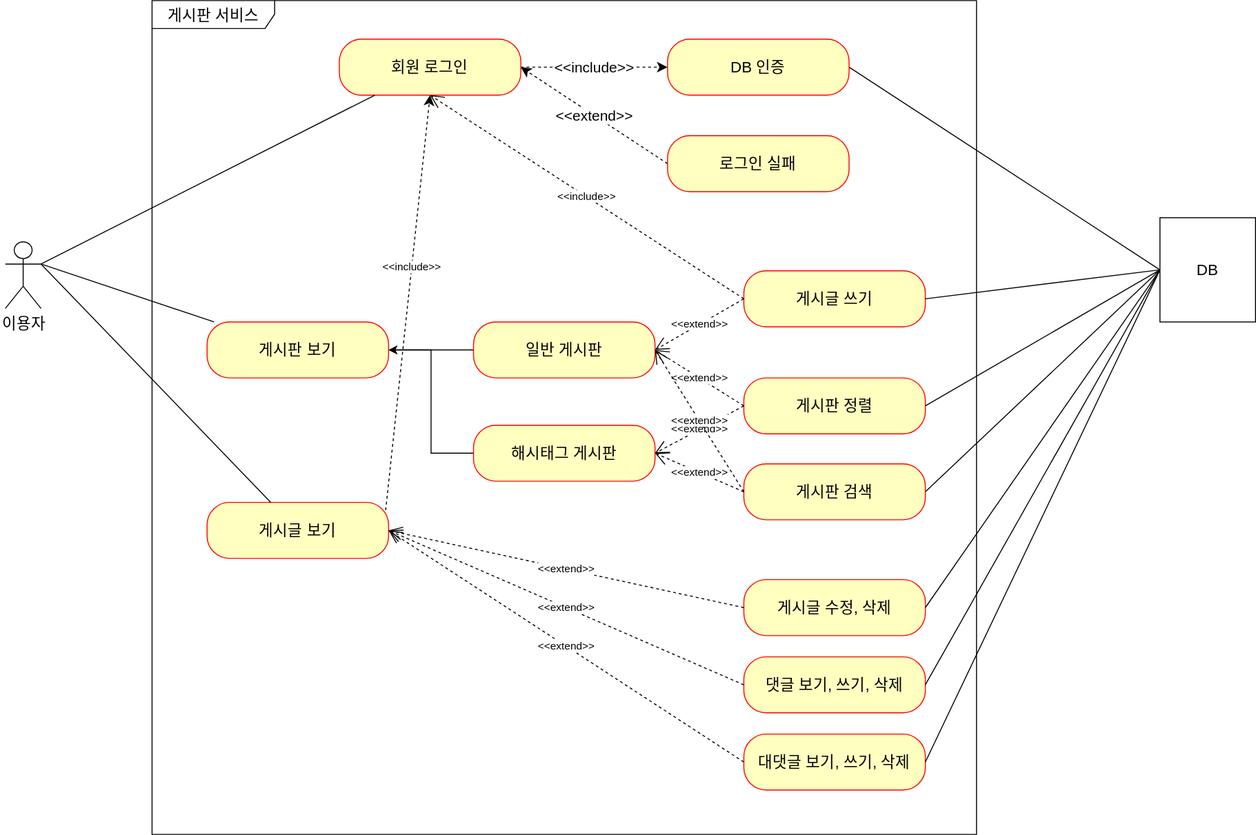
The draw.io diagram document/use-case.svg in Jung-ji-hyeon/project-board, before a commit. Source tidied: cells renumbered, new cells last; positions are measured from the earlier drawing's top-left corner, leaving out a move shared by most shapes.
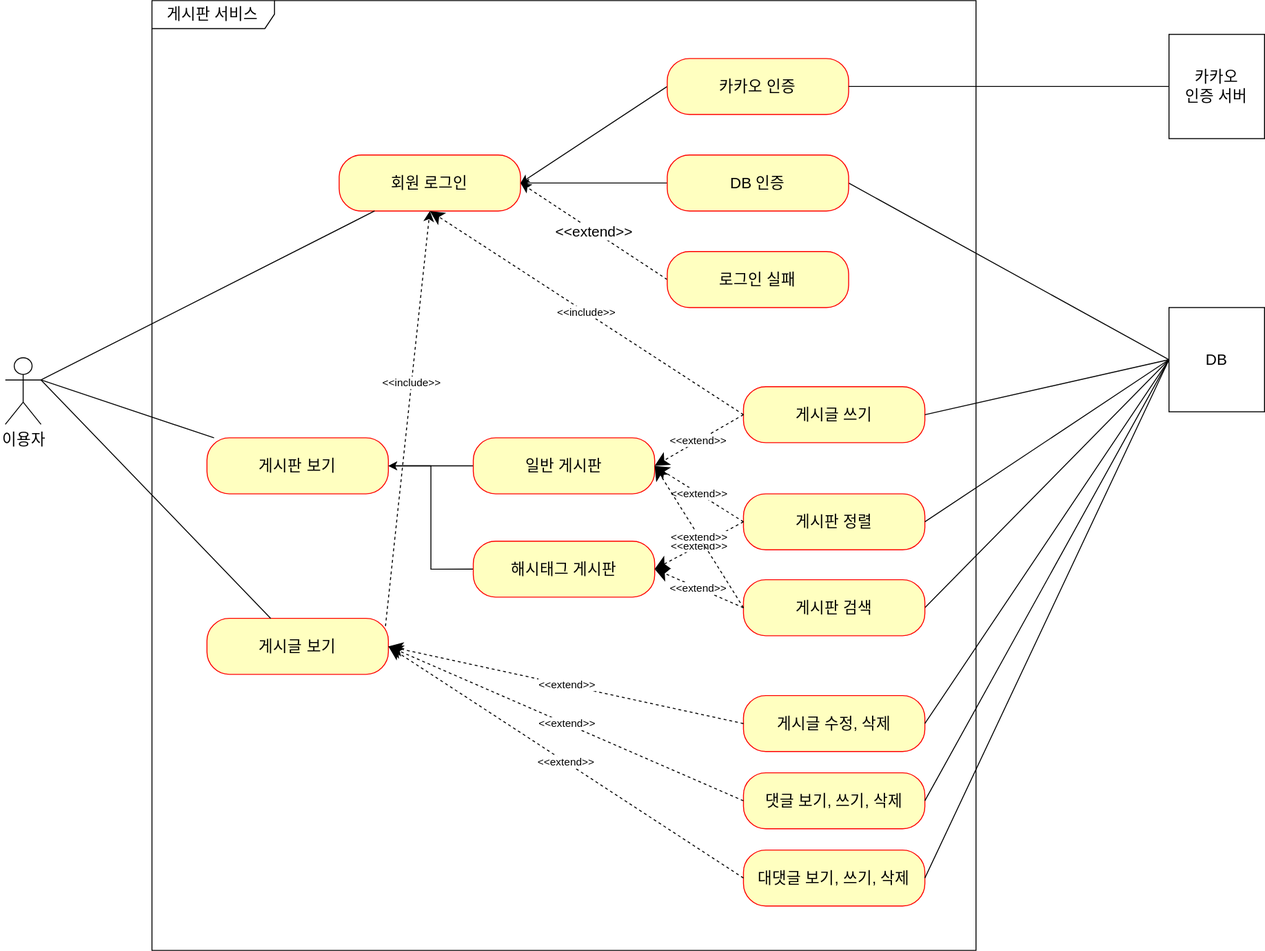
After the commit.

Commit message:
#60 - use-case.svg: 카카오 인증 유즈 케이스 추가 (대댓글은 미리 표현하였음)

What changed in the source:
```diff
@@ -6,7 +6,7 @@
       <mxGeometry y="250" width="37" height="69" as="geometry" />
     </mxCell>
     <mxCell id="3" value="게시판 서비스" style="shape=umlFrame;whiteSpace=wrap;html=1;fontSize=16;width=127;height=29;" parent="1" vertex="1">
-      <mxGeometry x="152" width="854" height="864" as="geometry" />
+      <mxGeometry x="152" y="-120" width="854" height="984" as="geometry" />
     </mxCell>
     <mxCell id="4" value="댓글 보기, 쓰기, 삭제" style="rounded=1;whiteSpace=wrap;html=1;arcSize=40;fontColor=#000000;fillColor=#ffffc0;strokeColor=#ff0000;fontSize=16;" parent="1" vertex="1">
       <mxGeometry x="765" y="680" width="188" height="58" as="geometry" />
@@ -29,15 +29,15 @@
     <mxCell id="10" style="edgeStyle=none;curved=1;rounded=0;jettySize=auto;html=1;fontSize=12;startSize=8;endSize=8;strokeColor=none;" parent="1" edge="1" source="12" target="14">
       <mxGeometry relative="1" as="geometry" />
     </mxCell>
-    <mxCell id="11" value="&amp;lt;&amp;lt;include&amp;gt;&amp;gt;" style="edgeStyle=none;curved=1;rounded=0;jettySize=auto;html=1;entryX=0;entryY=0.5;entryDx=0;entryDy=0;fontSize=15;startSize=8;endSize=8;dashed=1;endArrow=classic;endFill=1;" parent="1" edge="1" source="12" target="14">
-      <mxGeometry relative="1" as="geometry" />
-    </mxCell>
     <mxCell id="12" value="회원 로그인" style="rounded=1;whiteSpace=wrap;html=1;arcSize=40;fontColor=#000000;fillColor=#ffffc0;strokeColor=#ff0000;fontSize=16;" parent="1" vertex="1">
       <mxGeometry x="346" y="40" width="188" height="58" as="geometry" />
     </mxCell>
     <mxCell id="13" style="edgeStyle=none;curved=1;rounded=0;jettySize=auto;html=1;exitX=1;exitY=0.5;exitDx=0;exitDy=0;entryX=0;entryY=0.5;entryDx=0;entryDy=0;fontSize=12;startSize=8;endSize=8;endArrow=none;endFill=0;" parent="1" edge="1" source="14" target="22">
       <mxGeometry relative="1" as="geometry" />
     </mxCell>
+    <mxCell id="44" style="edgeStyle=orthogonalEdgeStyle;rounded=0;jettySize=auto;html=1;exitX=0;exitY=0.5;exitDx=0;exitDy=0;entryX=1;entryY=0.5;entryDx=0;entryDy=0;endArrow=classic;endFill=1;" parent="1" edge="1" source="14" target="12">
+      <mxGeometry relative="1" as="geometry" />
+    </mxCell>
     <mxCell id="14" value="DB 인증" style="rounded=1;whiteSpace=wrap;html=1;arcSize=40;fontColor=#000000;fillColor=#ffffc0;strokeColor=#ff0000;fontSize=16;" parent="1" vertex="1">
       <mxGeometry x="686" y="40" width="188" height="58" as="geometry" />
     </mxCell>
@@ -63,7 +63,7 @@
       <mxGeometry relative="1" as="geometry" />
     </mxCell>
     <mxCell id="22" value="DB" style="html=1;whiteSpace=wrap;fontSize=16;" parent="1" vertex="1">
-      <mxGeometry x="1196" y="225" width="99" height="108" as="geometry" />
+      <mxGeometry x="1206" y="198" width="99" height="108" as="geometry" />
     </mxCell>
     <mxCell id="23" value="게시판 검색" style="rounded=1;whiteSpace=wrap;html=1;arcSize=40;fontColor=#000000;fillColor=#ffffc0;strokeColor=#ff0000;fontSize=16;" parent="1" vertex="1">
       <mxGeometry x="765" y="480" width="188" height="58" as="geometry" />
@@ -83,13 +83,13 @@
     <mxCell id="28" value="해시태그 게시판" style="rounded=1;whiteSpace=wrap;html=1;arcSize=40;fontColor=#000000;fillColor=#ffffc0;strokeColor=#ff0000;fontSize=16;" parent="1" vertex="1">
       <mxGeometry x="485" y="440" width="188" height="58" as="geometry" />
     </mxCell>
-    <mxCell id="29" value="&amp;lt;&amp;lt;extend&amp;gt;&amp;gt;" style="endArrow=open;endSize=12;dashed=1;html=1;rounded=0;exitX=0;exitY=0.5;exitDx=0;exitDy=0;entryX=1;entryY=0.5;entryDx=0;entryDy=0;" parent="1" edge="1" source="26" target="8">
+    <mxCell id="29" value="&amp;lt;&amp;lt;extend&amp;gt;&amp;gt;" style="endArrow=classic;endSize=12;dashed=1;html=1;rounded=0;exitX=0;exitY=0.5;exitDx=0;exitDy=0;entryX=1;entryY=0.5;entryDx=0;entryDy=0;endFill=1;" parent="1" edge="1" source="26" target="8">
       <mxGeometry relative="1" as="geometry" />
     </mxCell>
-    <mxCell id="30" value="&amp;lt;&amp;lt;extend&amp;gt;&amp;gt;" style="endArrow=open;endSize=12;dashed=1;html=1;rounded=0;exitX=0;exitY=0.5;exitDx=0;exitDy=0;entryX=1;entryY=0.5;entryDx=0;entryDy=0;" parent="1" edge="1" source="4" target="8">
+    <mxCell id="30" value="&amp;lt;&amp;lt;extend&amp;gt;&amp;gt;" style="endArrow=classic;endSize=12;dashed=1;html=1;rounded=0;exitX=0;exitY=0.5;exitDx=0;exitDy=0;entryX=1;entryY=0.5;entryDx=0;entryDy=0;endFill=1;" parent="1" edge="1" source="4" target="8">
       <mxGeometry relative="1" as="geometry" />
     </mxCell>
-    <mxCell id="31" value="&amp;lt;&amp;lt;extend&amp;gt;&amp;gt;" style="endArrow=open;endSize=12;dashed=1;html=1;rounded=0;exitX=0;exitY=0.5;exitDx=0;exitDy=0;entryX=1;entryY=0.5;entryDx=0;entryDy=0;" parent="1" edge="1" source="24" target="8">
+    <mxCell id="31" value="&amp;lt;&amp;lt;extend&amp;gt;&amp;gt;" style="endArrow=classic;endSize=12;dashed=1;html=1;rounded=0;exitX=0;exitY=0.5;exitDx=0;exitDy=0;entryX=1;entryY=0.5;entryDx=0;entryDy=0;endFill=1;" parent="1" edge="1" source="24" target="8">
       <mxGeometry relative="1" as="geometry" />
     </mxCell>
     <mxCell id="32" value="게시판 정렬" style="rounded=1;whiteSpace=wrap;html=1;arcSize=40;fontColor=#000000;fillColor=#ffffc0;strokeColor=#ff0000;fontSize=16;" parent="1" vertex="1">
@@ -110,23 +110,35 @@
     <mxCell id="37" style="edgeStyle=none;curved=1;rounded=0;jettySize=auto;html=1;exitX=1;exitY=0.5;exitDx=0;exitDy=0;entryX=0;entryY=0.5;entryDx=0;entryDy=0;fontSize=12;startSize=8;endSize=8;endArrow=none;endFill=0;" parent="1" edge="1" source="25" target="22">
       <mxGeometry relative="1" as="geometry" />
     </mxCell>
-    <mxCell id="38" value="&amp;lt;&amp;lt;include&amp;gt;&amp;gt;" style="endArrow=open;endSize=12;dashed=1;html=1;rounded=0;exitX=0;exitY=0.5;exitDx=0;exitDy=0;entryX=0.5;entryY=1;entryDx=0;entryDy=0;" parent="1" edge="1" source="25" target="12">
+    <mxCell id="38" value="&amp;lt;&amp;lt;include&amp;gt;&amp;gt;" style="endArrow=classic;endSize=12;dashed=1;html=1;rounded=0;exitX=0;exitY=0.5;exitDx=0;exitDy=0;entryX=0.5;entryY=1;entryDx=0;entryDy=0;endFill=1;" parent="1" edge="1" source="25" target="12">
       <mxGeometry relative="1" as="geometry" />
     </mxCell>
-    <mxCell id="39" value="&amp;lt;&amp;lt;extend&amp;gt;&amp;gt;" style="endArrow=open;endSize=12;dashed=1;html=1;rounded=0;exitX=0;exitY=0.5;exitDx=0;exitDy=0;entryX=1;entryY=0.5;entryDx=0;entryDy=0;" parent="1" edge="1" source="25" target="18">
+    <mxCell id="39" value="&amp;lt;&amp;lt;extend&amp;gt;&amp;gt;" style="endArrow=classic;endSize=12;dashed=1;html=1;rounded=0;exitX=0;exitY=0.5;exitDx=0;exitDy=0;entryX=1;entryY=0.5;entryDx=0;entryDy=0;endFill=1;" parent="1" edge="1" source="25" target="18">
       <mxGeometry relative="1" as="geometry" />
     </mxCell>
-    <mxCell id="40" value="&amp;lt;&amp;lt;extend&amp;gt;&amp;gt;" style="endArrow=open;endSize=12;dashed=1;html=1;rounded=0;exitX=0;exitY=0.5;exitDx=0;exitDy=0;entryX=1;entryY=0.5;entryDx=0;entryDy=0;" parent="1" edge="1" source="32" target="18">
+    <mxCell id="40" value="&amp;lt;&amp;lt;extend&amp;gt;&amp;gt;" style="endArrow=classic;endSize=12;dashed=1;html=1;rounded=0;exitX=0;exitY=0.5;exitDx=0;exitDy=0;entryX=1;entryY=0.5;entryDx=0;entryDy=0;endFill=1;" parent="1" edge="1" source="32" target="18">
       <mxGeometry relative="1" as="geometry" />
     </mxCell>
-    <mxCell id="41" value="&amp;lt;&amp;lt;extend&amp;gt;&amp;gt;" style="endArrow=open;endSize=12;dashed=1;html=1;rounded=0;exitX=0;exitY=0.5;exitDx=0;exitDy=0;entryX=1;entryY=0.5;entryDx=0;entryDy=0;" parent="1" edge="1" source="32" target="28">
+    <mxCell id="41" value="&amp;lt;&amp;lt;extend&amp;gt;&amp;gt;" style="endArrow=classic;endSize=12;dashed=1;html=1;rounded=0;exitX=0;exitY=0.5;exitDx=0;exitDy=0;entryX=1;entryY=0.5;entryDx=0;entryDy=0;endFill=1;" parent="1" edge="1" source="32" target="28">
       <mxGeometry relative="1" as="geometry" />
     </mxCell>
-    <mxCell id="42" value="&amp;lt;&amp;lt;extend&amp;gt;&amp;gt;" style="endArrow=open;endSize=12;dashed=1;html=1;rounded=0;exitX=0;exitY=0.5;exitDx=0;exitDy=0;entryX=1;entryY=0.5;entryDx=0;entryDy=0;" parent="1" edge="1" source="23" target="28">
+    <mxCell id="42" value="&amp;lt;&amp;lt;extend&amp;gt;&amp;gt;" style="endArrow=classic;endSize=12;dashed=1;html=1;rounded=0;exitX=0;exitY=0.5;exitDx=0;exitDy=0;entryX=1;entryY=0.5;entryDx=0;entryDy=0;endFill=1;" parent="1" edge="1" source="23" target="28">
       <mxGeometry relative="1" as="geometry" />
     </mxCell>
-    <mxCell id="43" value="&amp;lt;&amp;lt;extend&amp;gt;&amp;gt;" style="endArrow=open;endSize=12;dashed=1;html=1;rounded=0;exitX=0;exitY=0.5;exitDx=0;exitDy=0;entryX=1;entryY=0.5;entryDx=0;entryDy=0;" parent="1" edge="1" source="23" target="18">
+    <mxCell id="43" value="&amp;lt;&amp;lt;extend&amp;gt;&amp;gt;" style="endArrow=classic;endSize=12;dashed=1;html=1;rounded=0;exitX=0;exitY=0.5;exitDx=0;exitDy=0;entryX=1;entryY=0.5;entryDx=0;entryDy=0;endFill=1;" parent="1" edge="1" source="23" target="18">
       <mxGeometry relative="1" as="geometry" />
     </mxCell>
+    <mxCell id="45" style="rounded=0;jettySize=auto;html=1;exitX=0;exitY=0.5;exitDx=0;exitDy=0;entryX=1;entryY=0.5;entryDx=0;entryDy=0;endArrow=classic;endFill=1;" parent="1" edge="1" source="46" target="12">
+      <mxGeometry relative="1" as="geometry" />
+    </mxCell>
+    <mxCell id="46" value="카카오 인증" style="rounded=1;whiteSpace=wrap;html=1;arcSize=40;fontColor=#000000;fillColor=#ffffc0;strokeColor=#ff0000;fontSize=16;" parent="1" vertex="1">
+      <mxGeometry x="686" y="-60" width="188" height="58" as="geometry" />
+    </mxCell>
+    <mxCell id="47" style="edgeStyle=orthogonalEdgeStyle;rounded=0;jettySize=auto;html=1;exitX=0;exitY=0.5;exitDx=0;exitDy=0;entryX=1;entryY=0.5;entryDx=0;entryDy=0;endArrow=none;endFill=0;" parent="1" edge="1" source="48" target="46">
+      <mxGeometry relative="1" as="geometry" />
+    </mxCell>
+    <mxCell id="48" value="카카오&lt;br&gt;인증 서버" style="html=1;whiteSpace=wrap;fontSize=16;" parent="1" vertex="1">
+      <mxGeometry x="1206" y="-85" width="99" height="108" as="geometry" />
+    </mxCell>
   </root>
 </mxGraphModel>
```
